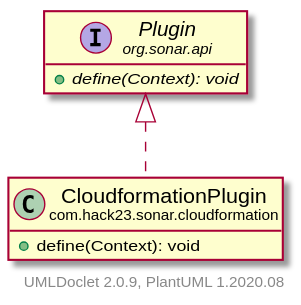
Hack23/sonar-cloudformation-plugin keeps this PlantUML diagram as apidocs/com/hack23/sonar/cloudformation/CloudformationPlugin.svg. Above is the earlier version. Its diagram source:
```plantuml
@startuml
    set namespaceSeparator none
    hide empty fields
    hide empty methods

    class "<size:14>CloudformationPlugin\n<size:10>com.hack23.sonar.cloudformation" as com.hack23.sonar.cloudformation.CloudformationPlugin [[CloudformationPlugin.html]] {
        +define(Context): void
    }

    interface "<size:14>Plugin\n<size:10>org.sonar.api" as org.sonar.api.Plugin {
        {abstract} +define(Context): void
    }

    org.sonar.api.Plugin <|.. com.hack23.sonar.cloudformation.CloudformationPlugin

    center footer UMLDoclet 2.0.9, PlantUML 1.2020.08
@enduml
```
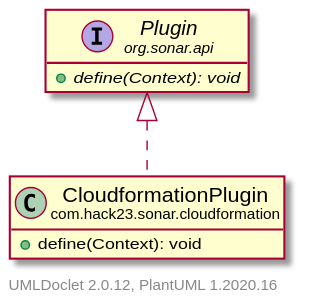
After the change.

What changed in the source:
```diff
@@ -13,5 +13,5 @@
 
     org.sonar.api.Plugin <|.. com.hack23.sonar.cloudformation.CloudformationPlugin
 
-    center footer UMLDoclet 2.0.9, PlantUML 1.2020.08
+    center footer UMLDoclet 2.0.12, PlantUML 1.2020.16
 @enduml
```
